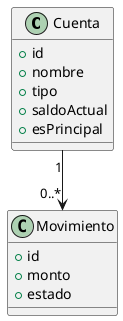
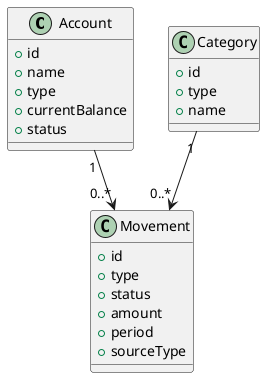
- ﻿@startuml
- class Cuenta {
+ @startuml
+ class Account {
  +id
-   +nombre
-   +tipo
-   +saldoActual
-   +esPrincipal
+   +name
+   +type
+   +currentBalance
+   +status
}

- class Movimiento {
+ class Movement {
  +id
-   +monto
-   +estado
+   +type
+   +status
+   +amount
+   +period
+   +sourceType
}

- Cuenta "1" --> "0..*" Movimiento
+ class Category {
+   +id
+   +type
+   +name
+ }
+ 
+ Account "1" --> "0..*" Movement
+ Category "1" --> "0..*" Movement
@enduml

